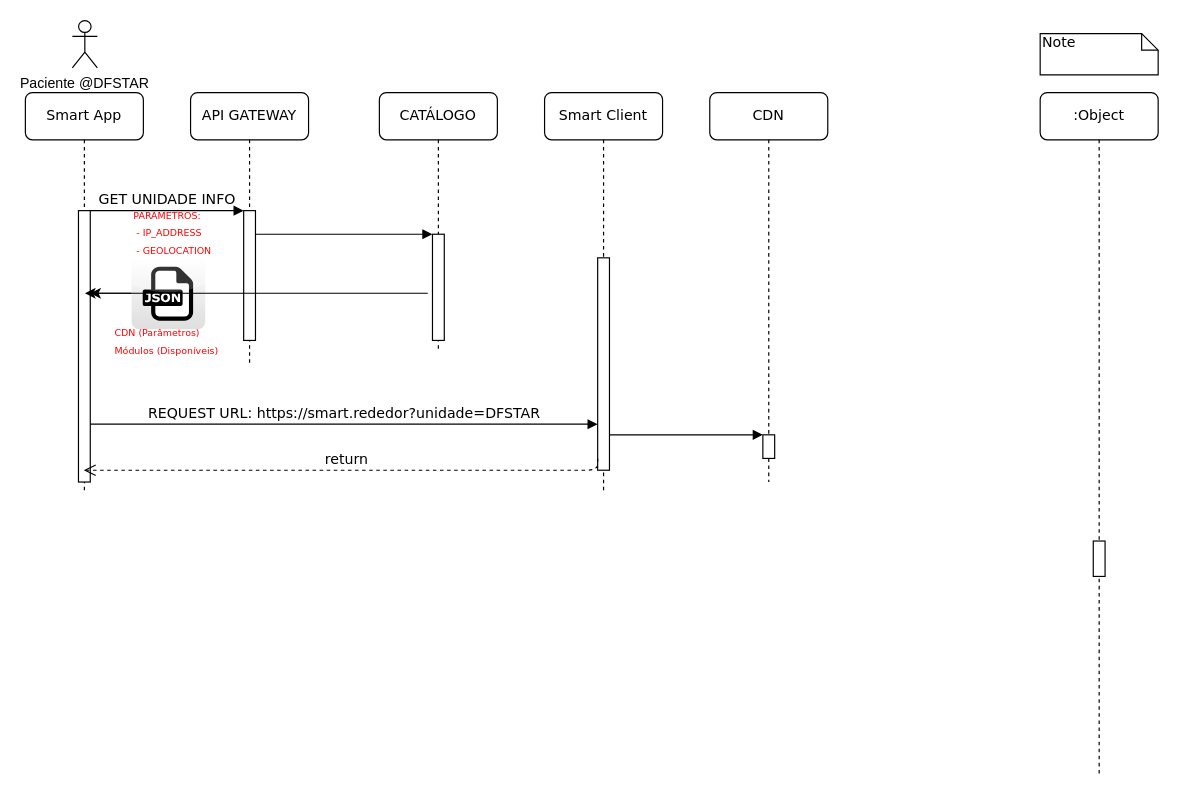
This is Untitled Diagram.drawio from lcdcustodio/xcode_demo, a draw.io file, before an edit. Source tidied: cells renumbered, new cells numbered last; positions are measured from the earlier drawing's top-left corner, leaving out a move shared by most shapes. Both pictures are drawn from the tidied source at 118%, with x=0, y=0 at pixel (25, 20).
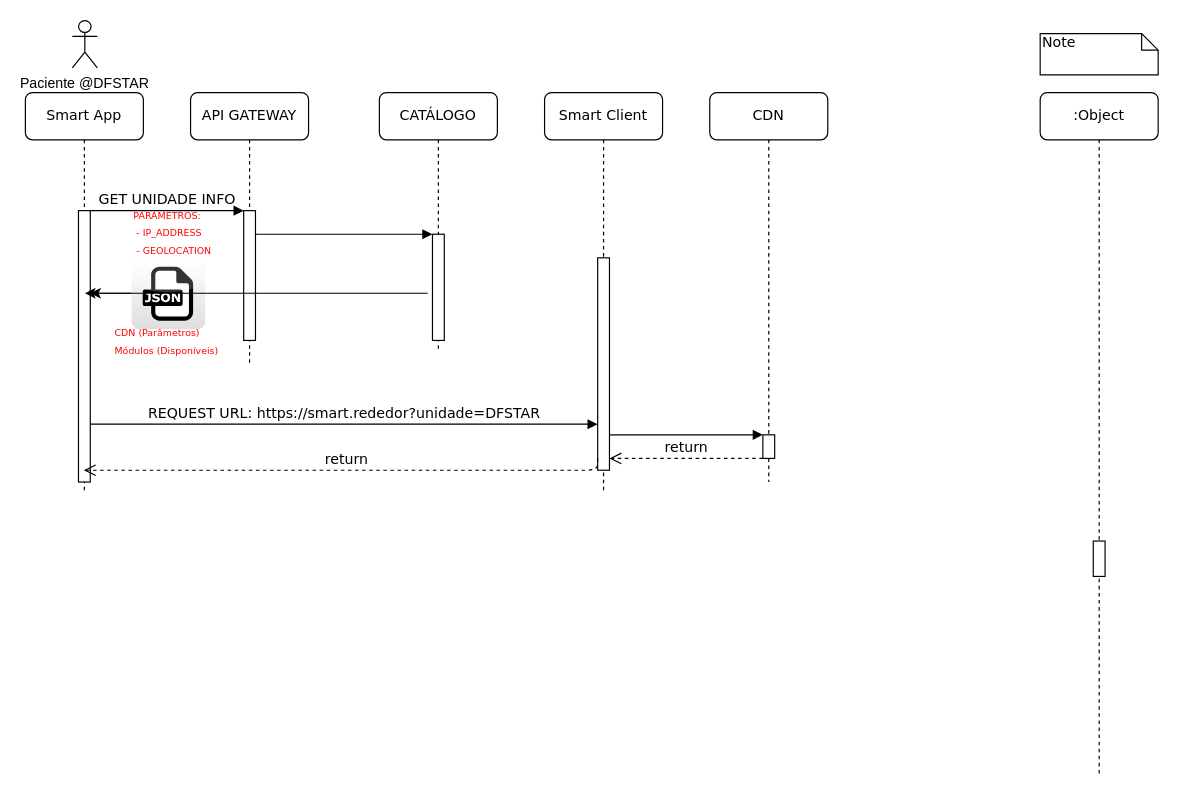
The same diagram, later.

The change refers to these unchanged cells:
```xml
<mxCell id="12" style="html=1;points=[];perimeter=orthogonalPerimeter;rounded=0;shadow=0;comic=0;labelBackgroundColor=none;strokeWidth=1;fontFamily=Verdana;fontSize=12;align=center;" parent="1" vertex="1">
  <mxGeometry x="625" y="351" width="10" height="20" as="geometry" />
</mxCell>
```

Diff of the diagram source:
```diff
@@
+    <mxCell id="26" value="return" style="html=1;verticalAlign=bottom;endArrow=open;dashed=1;endSize=8;labelBackgroundColor=none;fontFamily=Verdana;fontSize=12;edgeStyle=elbowEdgeStyle;elbow=vertical;" parent="1" edge="1" source="12">
+      <mxGeometry relative="1" as="geometry">
+        <mxPoint x="495" y="371" as="targetPoint" />
+        <Array as="points">
+          <mxPoint x="565" y="371" />
+          <mxPoint x="555" y="351" />
+          <mxPoint x="585" y="351" />
+        </Array>
+      </mxGeometry>
+    </mxCell>
```
